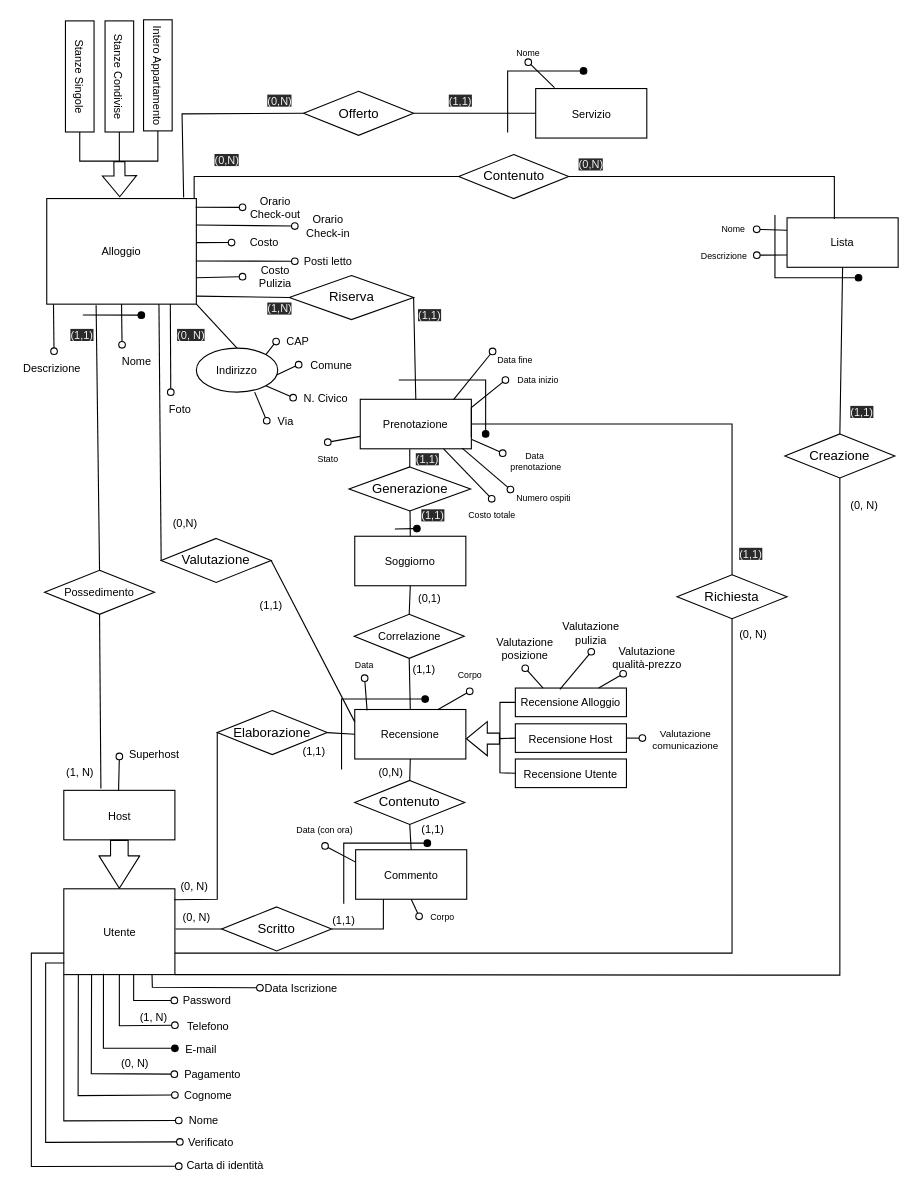
Earlier version of the draw.io diagram page "Page-3" (1 of 16) of ER.drawio (eduardz1/Home-Booking). Source tidied: cells renumbered, new cells numbered last; positions are measured from the earlier drawing's top-left corner, leaving out a move shared by most shapes. Both pictures are drawn from the tidied source at 110%, with x=0, y=0 at pixel (19, 44).
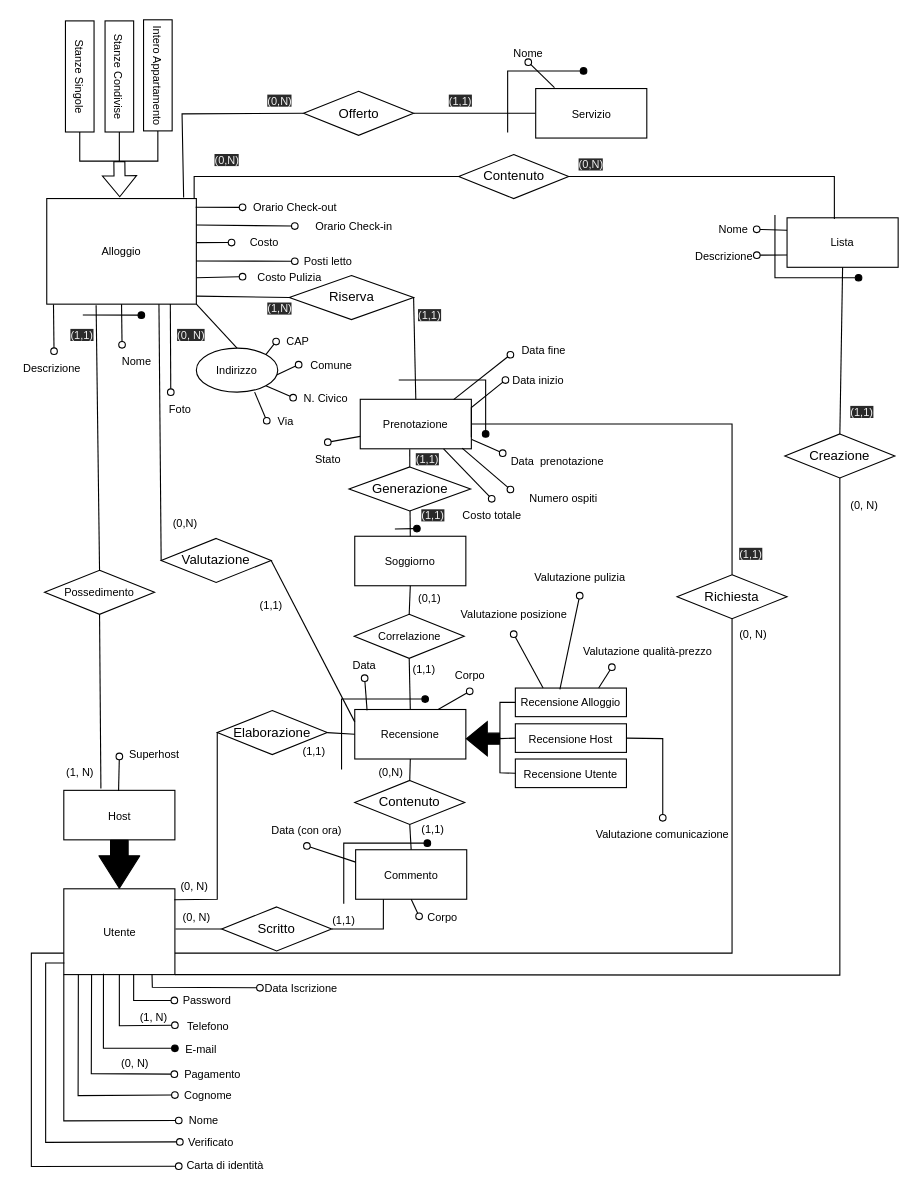
After the change.

Unchanged cells that the change refers to:
```xml
<mxCell id="34" value="&lt;font style=&quot;font-size: 10px;&quot;&gt;Utente&lt;/font&gt;" style="rounded=0;whiteSpace=wrap;html=1;fontSize=10;" parent="1" vertex="1">
  <mxGeometry x="40.5" y="767.5" width="101" height="78" as="geometry" />
</mxCell>
<mxCell id="47" value="&lt;font style=&quot;font-size: 10px;&quot;&gt;Host&lt;/font&gt;" style="rounded=0;whiteSpace=wrap;html=1;fontSize=10;" parent="1" vertex="1">
  <mxGeometry x="40.5" y="678" width="101" height="45" as="geometry" />
</mxCell>
<mxCell id="52" value="&lt;font style=&quot;font-size: 10px;&quot;&gt;Prenotazione&lt;/font&gt;" style="rounded=0;whiteSpace=wrap;html=1;fontSize=10;" parent="1" vertex="1">
  <mxGeometry x="310" y="322.5" width="101" height="45" as="geometry" />
</mxCell>
<mxCell id="63" value="&lt;font style=&quot;font-size: 10px&quot;&gt;Recensione&lt;/font&gt;" style="rounded=0;whiteSpace=wrap;html=1;fontSize=10;" parent="1" vertex="1">
  <mxGeometry x="305" y="604.5" width="101" height="45" as="geometry" />
</mxCell>
<mxCell id="68" value="&lt;font style=&quot;font-size: 10px&quot;&gt;Recensione Host&lt;/font&gt;" style="rounded=0;whiteSpace=wrap;html=1;fontSize=10;" parent="1" vertex="1">
  <mxGeometry x="451" y="617.5" width="101" height="26" as="geometry" />
</mxCell>
```

Diff of the diagram source:
```diff
@@
     <mxCell id="15" style="group;rounded=0;fontSize=10;" parent="1" vertex="1">
-      <mxGeometry x="203" y="196" width="60" height="30" as="geometry" />
+      <mxGeometry x="203" y="196" width="86" height="30" as="geometry" />
     </mxCell>
     <mxCell id="16" value="Costo Pulizia" style="text;html=1;strokeColor=none;fillColor=none;align=center;verticalAlign=middle;whiteSpace=wrap;rounded=0;labelBackgroundColor=none;labelBorderColor=none;fontSize=10;" parent="15" vertex="1">
-      <mxGeometry width="60" height="30" as="geometry" />
+      <mxGeometry width="86" height="30" as="geometry" />
     </mxCell>
@@
     <mxCell id="21" style="group;rounded=0;fontSize=10;" parent="1" vertex="1">
-      <mxGeometry x="250.5" y="150" width="60" height="30" as="geometry" />
+      <mxGeometry x="250.5" y="150" width="106.5" height="30" as="geometry" />
     </mxCell>
-    <mxCell id="22" value="Orario&lt;br&gt;Check-in" style="text;html=1;strokeColor=none;fillColor=none;align=center;verticalAlign=middle;whiteSpace=wrap;rounded=0;labelBackgroundColor=none;labelBorderColor=none;fontSize=10;" parent="21" vertex="1">
-      <mxGeometry width="60" height="30" as="geometry" />
+    <mxCell id="22" value="Orario Check-in" style="text;html=1;strokeColor=none;fillColor=none;align=center;verticalAlign=middle;whiteSpace=wrap;rounded=0;labelBackgroundColor=none;labelBorderColor=none;fontSize=10;" parent="21" vertex="1">
+      <mxGeometry width="106.5" height="30" as="geometry" />
     </mxCell>
     <mxCell id="23" style="group;rounded=0;fontSize=10;" parent="1" vertex="1">
-      <mxGeometry x="203" y="133" width="60" height="30" as="geometry" />
+      <mxGeometry x="203" y="133" width="96" height="30" as="geometry" />
     </mxCell>
-    <mxCell id="24" value="Orario&lt;br&gt;Check-out" style="text;html=1;strokeColor=none;fillColor=none;align=center;verticalAlign=middle;whiteSpace=wrap;rounded=0;labelBackgroundColor=none;labelBorderColor=none;fontSize=10;" parent="23" vertex="1">
-      <mxGeometry width="60" height="30" as="geometry" />
+    <mxCell id="24" value="Orario Check-out" style="text;html=1;strokeColor=none;fillColor=none;align=center;verticalAlign=middle;whiteSpace=wrap;rounded=0;labelBackgroundColor=none;labelBorderColor=none;fontSize=10;" parent="23" vertex="1">
+      <mxGeometry width="96" height="30" as="geometry" />
     </mxCell>
@@
-    <mxCell id="55" style="endArrow=none;html=1;rounded=0;align=center;verticalAlign=top;endFill=0;labelBackgroundColor=none;endSize=6;startArrow=oval;startFill=0;fontSize=10;exitX=0.155;exitY=-0.001;exitDx=0;exitDy=0;exitPerimeter=0;entryX=0.84;entryY=0.006;entryDx=0;entryDy=0;entryPerimeter=0;" parent="1" edge="1" source="58" target="52">
+    <mxCell id="55" style="endArrow=none;html=1;rounded=0;align=center;verticalAlign=top;endFill=0;labelBackgroundColor=none;endSize=6;startArrow=oval;startFill=0;fontSize=10;exitX=0;exitY=0.75;exitDx=0;exitDy=0;entryX=0.84;entryY=0.006;entryDx=0;entryDy=0;entryPerimeter=0;" parent="1" edge="1" source="58" target="52">
       <mxGeometry relative="1" as="geometry" />
     </mxCell>
-    <mxCell id="56" value="Data&amp;nbsp; prenotazione" style="text;html=1;strokeColor=none;fillColor=none;align=center;verticalAlign=middle;whiteSpace=wrap;rounded=0;fontSize=8;" parent="1" vertex="1">
-      <mxGeometry x="439.5" y="364" width="60" height="30" as="geometry" />
+    <mxCell id="56" value="Data&amp;nbsp; prenotazione" style="text;html=1;strokeColor=none;fillColor=none;align=center;verticalAlign=middle;whiteSpace=wrap;rounded=0;fontSize=10;" parent="1" vertex="1">
+      <mxGeometry x="439.5" y="364" width="98.5" height="30" as="geometry" />
     </mxCell>
-    <mxCell id="57" value="Data inizio" style="text;html=1;strokeColor=none;fillColor=none;align=center;verticalAlign=middle;whiteSpace=wrap;rounded=0;fontSize=8;" parent="1" vertex="1">
+    <mxCell id="57" value="Data inizio" style="text;html=1;strokeColor=none;fillColor=none;align=center;verticalAlign=middle;whiteSpace=wrap;rounded=0;fontSize=10;" parent="1" vertex="1">
       <mxGeometry x="442" y="297" width="59.5" height="16" as="geometry" />
     </mxCell>
-    <mxCell id="58" value="Data fine" style="text;html=1;strokeColor=none;fillColor=none;align=center;verticalAlign=middle;whiteSpace=wrap;rounded=0;fontSize=8;" parent="1" vertex="1">
-      <mxGeometry x="421" y="279" width="60" height="16" as="geometry" />
+    <mxCell id="58" value="Data fine" style="text;html=1;strokeColor=none;fillColor=none;align=center;verticalAlign=middle;whiteSpace=wrap;rounded=0;fontSize=10;" parent="1" vertex="1">
+      <mxGeometry x="446.5" y="270" width="60" height="16" as="geometry" />
     </mxCell>
-    <mxCell id="59" value="Costo totale" style="text;html=1;strokeColor=none;fillColor=none;align=center;verticalAlign=middle;whiteSpace=wrap;rounded=0;fontSize=8;" parent="1" vertex="1">
+    <mxCell id="59" value="Costo totale" style="text;html=1;strokeColor=none;fillColor=none;align=center;verticalAlign=middle;whiteSpace=wrap;rounded=0;fontSize=10;" parent="1" vertex="1">
       <mxGeometry x="399.5" y="413" width="60" height="30" as="geometry" />
     </mxCell>
@@
-    <mxCell id="61" style="shape=flexArrow;endArrow=classic;html=1;entryX=0.5;entryY=0;entryDx=0;entryDy=0;width=16;endSize=9.49;exitX=0.5;exitY=1;exitDx=0;exitDy=0;" parent="1" edge="1" source="47" target="34">
+    <mxCell id="61" style="shape=flexArrow;endArrow=classic;html=1;entryX=0.5;entryY=0;entryDx=0;entryDy=0;width=16;endSize=9.49;exitX=0.5;exitY=1;exitDx=0;exitDy=0;fillColor=#000000;" parent="1" edge="1" source="47" target="34">
       <mxGeometry relative="1" as="geometry" />
     </mxCell>
@@
     <mxCell id="72" style="group;rounded=0;fontSize=10;" parent="1" vertex="1">
-      <mxGeometry x="490" y="518" width="60" height="30" as="geometry" />
+      <mxGeometry x="459.5" y="467" width="100" height="30" as="geometry" />
     </mxCell>
-    <mxCell id="73" value="Valutazione&lt;br&gt;pulizia" style="text;html=1;strokeColor=none;fillColor=none;align=center;verticalAlign=middle;whiteSpace=wrap;rounded=0;labelBackgroundColor=none;labelBorderColor=none;fontSize=10;" parent="72" vertex="1">
-      <mxGeometry width="60" height="34" as="geometry" />
+    <mxCell id="73" value="Valutazione pulizia" style="text;html=1;strokeColor=none;fillColor=none;align=center;verticalAlign=middle;whiteSpace=wrap;rounded=0;labelBackgroundColor=none;labelBorderColor=none;fontSize=10;" parent="72" vertex="1">
+      <mxGeometry width="100" height="34" as="geometry" />
     </mxCell>
@@
     <mxCell id="76" value="Valutazione qualità-prezzo" style="text;html=1;strokeColor=none;fillColor=none;align=center;verticalAlign=middle;whiteSpace=wrap;rounded=0;labelBackgroundColor=none;labelBorderColor=none;fontSize=10;" parent="1" vertex="1">
-      <mxGeometry x="527" y="542" width="88" height="30" as="geometry" />
+      <mxGeometry x="506.5" y="536" width="129" height="30" as="geometry" />
     </mxCell>
-    <mxCell id="77" value="Valutazione&lt;br&gt;posizione" style="text;html=1;strokeColor=none;fillColor=none;align=center;verticalAlign=middle;whiteSpace=wrap;rounded=0;labelBackgroundColor=none;labelBorderColor=none;fontSize=10;" parent="1" vertex="1">
-      <mxGeometry x="430" y="531" width="60" height="36" as="geometry" />
+    <mxCell id="77" value="Valutazione posizione" style="text;html=1;strokeColor=none;fillColor=none;align=center;verticalAlign=middle;whiteSpace=wrap;rounded=0;labelBackgroundColor=none;labelBorderColor=none;fontSize=10;" parent="1" vertex="1">
+      <mxGeometry x="397.5" y="500" width="104" height="36" as="geometry" />
     </mxCell>
-    <mxCell id="78" style="endArrow=none;html=1;rounded=0;align=center;verticalAlign=top;endFill=0;labelBackgroundColor=none;endSize=6;startArrow=oval;startFill=0;fontSize=10;entryX=1;entryY=0.5;entryDx=0;entryDy=0;exitX=0;exitY=0.5;exitDx=0;exitDy=0;" parent="1" edge="1" target="68">
+    <mxCell id="78" style="endArrow=none;html=1;rounded=0;align=center;verticalAlign=top;endFill=0;labelBackgroundColor=none;endSize=6;startArrow=oval;startFill=0;fontSize=10;entryX=1;entryY=0.5;entryDx=0;entryDy=0;exitX=0.5;exitY=0;exitDx=0;exitDy=0;" parent="1" edge="1" source="79" target="68">
       <mxGeometry relative="1" as="geometry">
-        <mxPoint x="566.5" y="630.5" as="sourcePoint" />
+        <Array as="points">
+          <mxPoint x="585" y="631" />
+        </Array>
       </mxGeometry>
     </mxCell>
-    <mxCell id="79" value="Valutazione comunicazione" style="text;html=1;strokeColor=none;fillColor=none;align=center;verticalAlign=middle;whiteSpace=wrap;rounded=0;fontSize=9;" parent="1" vertex="1">
-      <mxGeometry x="566" y="617.5" width="80" height="28" as="geometry" />
+    <mxCell id="79" value="Valutazione comunicazione" style="text;html=1;strokeColor=none;fillColor=none;align=center;verticalAlign=middle;whiteSpace=wrap;rounded=0;fontSize=10;" parent="1" vertex="1">
+      <mxGeometry x="521" y="703" width="128" height="29" as="geometry" />
     </mxCell>
@@
-    <mxCell id="106" value="Corpo" style="text;html=1;strokeColor=none;fillColor=none;align=center;verticalAlign=middle;whiteSpace=wrap;rounded=0;fontSize=8;" parent="1" vertex="1">
+    <mxCell id="106" value="Corpo" style="text;html=1;strokeColor=none;fillColor=none;align=center;verticalAlign=middle;whiteSpace=wrap;rounded=0;fontSize=10;" parent="1" vertex="1">
       <mxGeometry x="379.5" y="558" width="60" height="30" as="geometry" />
     </mxCell>
-    <mxCell id="107" value="Data" style="text;html=1;strokeColor=none;fillColor=none;align=center;verticalAlign=middle;whiteSpace=wrap;rounded=0;fontSize=8;" parent="1" vertex="1">
+    <mxCell id="107" value="Data" style="text;html=1;strokeColor=none;fillColor=none;align=center;verticalAlign=middle;whiteSpace=wrap;rounded=0;fontSize=10;" parent="1" vertex="1">
       <mxGeometry x="284" y="551" width="60" height="25" as="geometry" />
     </mxCell>
@@
-    <mxCell id="127" value="Corpo" style="text;html=1;strokeColor=none;fillColor=none;align=center;verticalAlign=middle;whiteSpace=wrap;rounded=0;fontSize=8;" parent="1" vertex="1">
+    <mxCell id="127" value="Corpo" style="text;html=1;strokeColor=none;fillColor=none;align=center;verticalAlign=middle;whiteSpace=wrap;rounded=0;fontSize=10;" parent="1" vertex="1">
       <mxGeometry x="363.5" y="777.5" width="41.5" height="30" as="geometry" />
     </mxCell>
-    <mxCell id="128" value="Data (con ora)" style="text;html=1;strokeColor=none;fillColor=none;align=center;verticalAlign=middle;whiteSpace=wrap;rounded=0;fontSize=8;" parent="1" vertex="1">
-      <mxGeometry x="248" y="698.5" width="60" height="30" as="geometry" />
+    <mxCell id="128" value="Data (con ora)" style="text;html=1;strokeColor=none;fillColor=none;align=center;verticalAlign=middle;whiteSpace=wrap;rounded=0;fontSize=10;" parent="1" vertex="1">
+      <mxGeometry x="215" y="698.5" width="93" height="30" as="geometry" />
     </mxCell>
@@
-    <mxCell id="140" value="Descrizione" style="text;html=1;strokeColor=none;fillColor=none;align=center;verticalAlign=middle;whiteSpace=wrap;rounded=0;fontSize=8;" parent="1" vertex="1">
+    <mxCell id="140" value="Descrizione" style="text;html=1;strokeColor=none;fillColor=none;align=center;verticalAlign=middle;whiteSpace=wrap;rounded=0;fontSize=10;" parent="1" vertex="1">
       <mxGeometry x="611" y="183.5" width="59.5" height="16" as="geometry" />
     </mxCell>
-    <mxCell id="141" value="Nome" style="text;html=1;strokeColor=none;fillColor=none;align=center;verticalAlign=middle;whiteSpace=wrap;rounded=0;fontSize=8;" parent="1" vertex="1">
+    <mxCell id="141" value="Nome" style="text;html=1;strokeColor=none;fillColor=none;align=center;verticalAlign=middle;whiteSpace=wrap;rounded=0;fontSize=10;" parent="1" vertex="1">
       <mxGeometry x="629.2" y="160" width="41.2" height="16" as="geometry" />
     </mxCell>
@@
-    <mxCell id="148" value="Nome" style="text;html=1;strokeColor=none;fillColor=none;align=center;verticalAlign=middle;whiteSpace=wrap;rounded=0;fontSize=8;" parent="1" vertex="1">
+    <mxCell id="148" value="Nome" style="text;html=1;strokeColor=none;fillColor=none;align=center;verticalAlign=middle;whiteSpace=wrap;rounded=0;fontSize=10;" parent="1" vertex="1">
       <mxGeometry x="433" width="59.5" height="16" as="geometry" />
     </mxCell>
@@
-    <mxCell id="166" style="shape=flexArrow;endArrow=classic;html=1;rounded=0;entryX=1;entryY=0.59;entryDx=0;entryDy=0;entryPerimeter=0;" parent="1" edge="1" target="63">
+    <mxCell id="166" style="shape=flexArrow;endArrow=classic;html=1;rounded=0;entryX=1;entryY=0.59;entryDx=0;entryDy=0;entryPerimeter=0;labelBackgroundColor=none;fillColor=#000000;" parent="1" edge="1" target="63">
       <mxGeometry relative="1" as="geometry">
         <mxPoint x="437" y="631" as="sourcePoint" />
       </mxGeometry>
     </mxCell>
@@
-    <mxCell id="168" value="Stato" style="text;html=1;strokeColor=none;fillColor=none;align=center;verticalAlign=middle;whiteSpace=wrap;rounded=0;fontSize=8;" parent="1" vertex="1">
+    <mxCell id="168" value="Stato" style="text;html=1;strokeColor=none;fillColor=none;align=center;verticalAlign=middle;whiteSpace=wrap;rounded=0;fontSize=10;" parent="1" vertex="1">
       <mxGeometry x="250.5" y="361.5" width="60" height="30" as="geometry" />
     </mxCell>
@@
-    <mxCell id="171" value="Numero ospiti" style="text;html=1;strokeColor=none;fillColor=none;align=center;verticalAlign=middle;whiteSpace=wrap;rounded=0;fontSize=8;" parent="1" vertex="1">
-      <mxGeometry x="446.5" y="397" width="60" height="30" as="geometry" />
+    <mxCell id="171" value="Numero ospiti" style="text;html=1;strokeColor=none;fillColor=none;align=center;verticalAlign=middle;whiteSpace=wrap;rounded=0;fontSize=10;" parent="1" vertex="1">
+      <mxGeometry x="446.5" y="397" width="95.5" height="30" as="geometry" />
     </mxCell>
```
